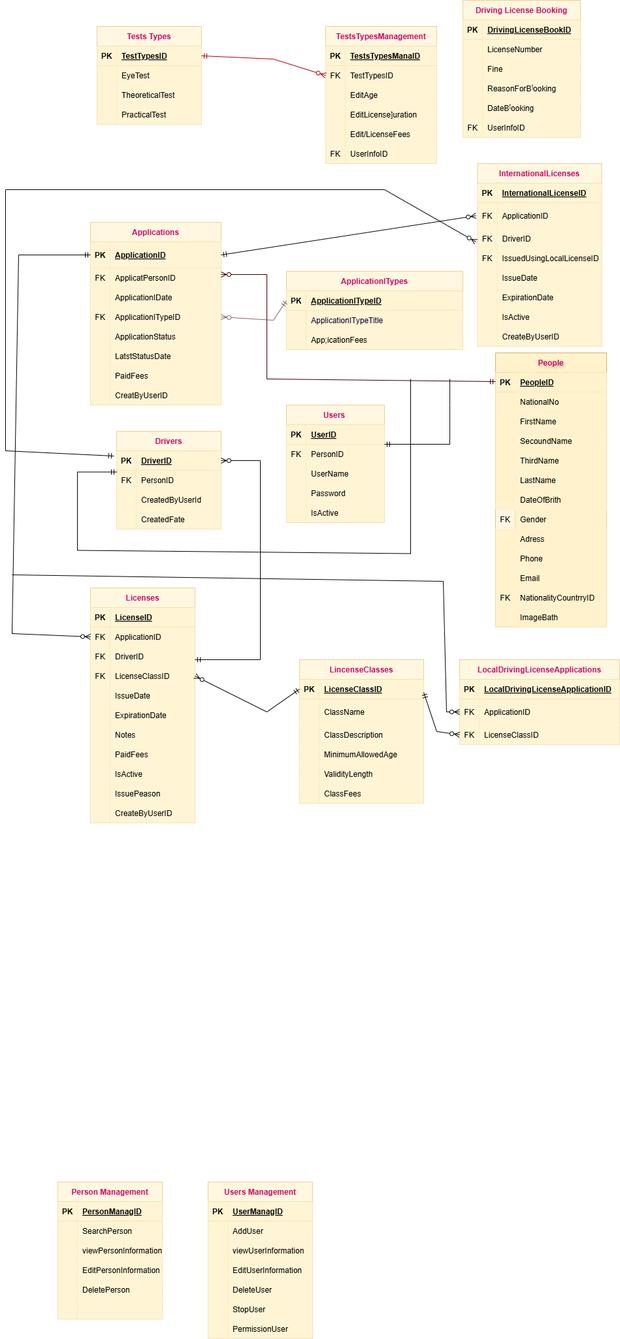
The draw.io diagram Untitled Diagram.drawio.png in azizadiab/Driving-License-Department, before a commit. Source tidied: cells renumbered, new cells last; positions are measured from the earlier drawing's top-left corner, leaving out a move shared by most shapes.
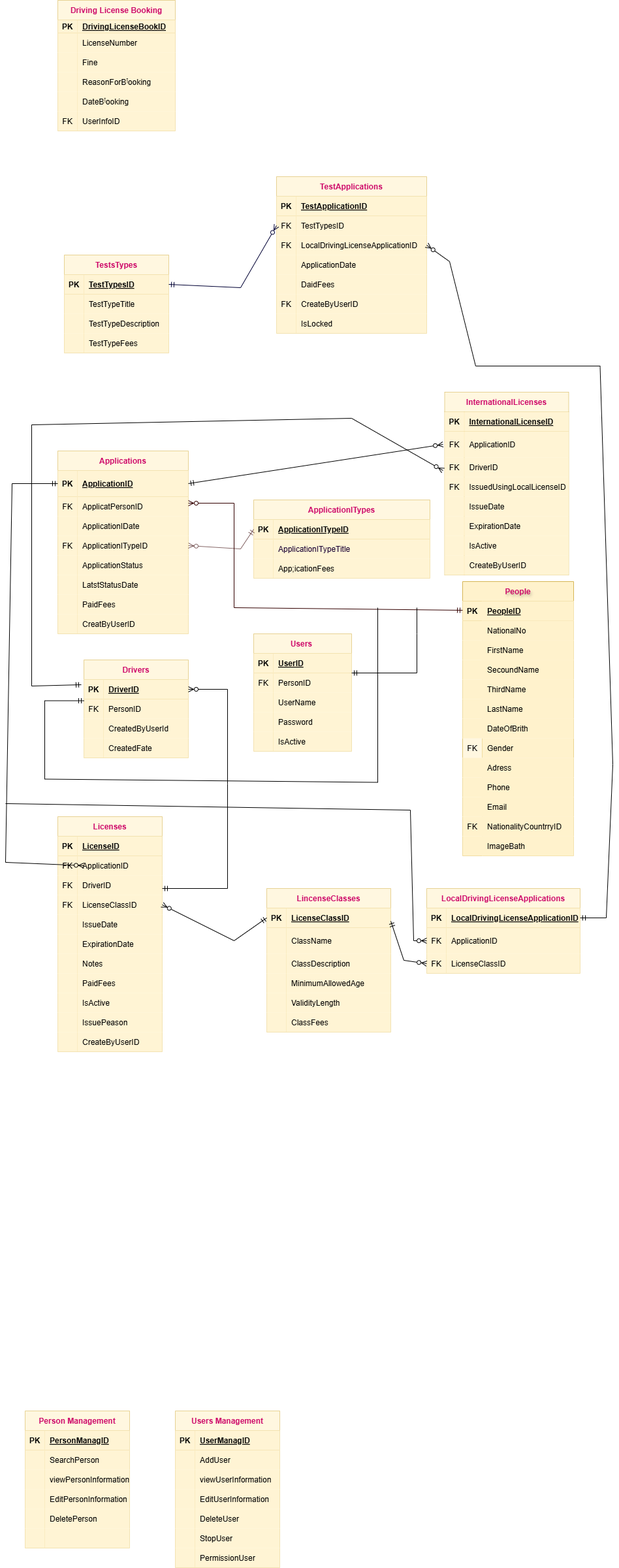
The same file after the commit.

Diff of the diagram source:
```diff
@@ -407,3 +407,3 @@
     </mxCell>
-    <mxCell id="135" value="Tests Types" style="shape=table;startSize=30;rowLines=0;fontStyle=1;align=center;opacity=60;fillColor=#fff2cc;strokeColor=#d6b656;fontColor=#CC0066;" parent="1" vertex="1">
+    <mxCell id="135" value="TestsTypes" style="shape=table;startSize=30;rowLines=0;fontStyle=1;align=center;opacity=60;fillColor=#fff2cc;strokeColor=#d6b656;fontColor=#CC0066;" parent="1" vertex="1">
       <mxGeometry x="140" y="40" width="160" height="150" as="geometry" />
@@ -425,3 +425,3 @@
     </mxCell>
-    <mxCell id="141" value="EyeTest" style="shape=partialRectangle;overflow=hidden;fillColor=#fff2cc;top=0;left=0;bottom=0;right=0;align=left;spacingLeft=6;opacity=60;strokeColor=#d6b656;" parent="139" vertex="1">
+    <mxCell id="141" value="TestTypeTitle" style="shape=partialRectangle;overflow=hidden;fillColor=#fff2cc;top=0;left=0;bottom=0;right=0;align=left;spacingLeft=6;opacity=60;strokeColor=#d6b656;" parent="139" vertex="1">
       <mxGeometry x="30" width="130" height="30" as="geometry" />
@@ -434,3 +434,3 @@
     </mxCell>
-    <mxCell id="144" value="TheoreticalTest" style="shape=partialRectangle;overflow=hidden;fillColor=#fff2cc;top=0;left=0;bottom=0;right=0;align=left;spacingLeft=6;opacity=60;strokeColor=#d6b656;" parent="142" vertex="1">
+    <mxCell id="144" value="TestTypeDescription" style="shape=partialRectangle;overflow=hidden;fillColor=#fff2cc;top=0;left=0;bottom=0;right=0;align=left;spacingLeft=6;opacity=60;strokeColor=#d6b656;" parent="142" vertex="1">
       <mxGeometry x="30" width="130" height="30" as="geometry" />
@@ -443,10 +443,10 @@
     </mxCell>
-    <mxCell id="147" value="PracticalTest" style="shape=partialRectangle;overflow=hidden;fillColor=#fff2cc;top=0;left=0;bottom=0;right=0;align=left;spacingLeft=6;opacity=60;strokeColor=#d6b656;" parent="145" vertex="1">
+    <mxCell id="147" value="TestTypeFees" style="shape=partialRectangle;overflow=hidden;fillColor=#fff2cc;top=0;left=0;bottom=0;right=0;align=left;spacingLeft=6;opacity=60;strokeColor=#d6b656;" parent="145" vertex="1">
       <mxGeometry x="30" width="130" height="30" as="geometry" />
     </mxCell>
-    <mxCell id="148" value="TestsTypesManagement" style="shape=table;startSize=30;rowLines=0;fontStyle=1;align=center;opacity=60;fillColor=#fff2cc;strokeColor=#d6b656;fontColor=#CC0066;" parent="1" vertex="1">
-      <mxGeometry x="490" y="40" width="170" height="210" as="geometry" />
+    <mxCell id="148" value="TestApplications" style="shape=table;startSize=30;rowLines=0;fontStyle=1;align=center;opacity=60;fillColor=#fff2cc;strokeColor=#d6b656;fontColor=#CC0066;" parent="1" vertex="1">
+      <mxGeometry x="465" y="-80" width="230" height="240" as="geometry" />
     </mxCell>
     <mxCell id="149" style="shape=partialRectangle;fillColor=#fff2cc;top=0;left=0;right=0;bottom=1;opacity=60;strokeColor=#d6b656;" parent="148" vertex="1">
-      <mxGeometry y="30" width="170" height="30" as="geometry" />
+      <mxGeometry y="30" width="230" height="30" as="geometry" />
     </mxCell>
@@ -455,7 +455,7 @@
     </mxCell>
-    <mxCell id="151" value="TestsTypesManaID" style="shape=partialRectangle;overflow=hidden;fillColor=#fff2cc;top=0;left=0;bottom=0;right=0;align=left;spacingLeft=6;fontStyle=5;opacity=60;strokeColor=#d6b656;" parent="149" vertex="1">
-      <mxGeometry x="30" width="140" height="30" as="geometry" />
+    <mxCell id="151" value="TestApplicationID" style="shape=partialRectangle;overflow=hidden;fillColor=#fff2cc;top=0;left=0;bottom=0;right=0;align=left;spacingLeft=6;fontStyle=5;opacity=60;strokeColor=#d6b656;" parent="149" vertex="1">
+      <mxGeometry x="30" width="200" height="30" as="geometry" />
     </mxCell>
     <mxCell id="152" style="shape=partialRectangle;fillColor=#fff2cc;points=[[0,0.5],[1,0.5]];portConstraint=eastwest;top=0;left=0;right=0;bottom=0;opacity=60;strokeColor=#d6b656;" parent="148" vertex="1">
-      <mxGeometry y="60" width="170" height="30" as="geometry" />
+      <mxGeometry y="60" width="230" height="30" as="geometry" />
     </mxCell>
@@ -465,15 +465,15 @@
     <mxCell id="154" value="TestTypesID" style="shape=partialRectangle;overflow=hidden;fillColor=#fff2cc;top=0;left=0;bottom=0;right=0;align=left;spacingLeft=6;opacity=60;strokeColor=#d6b656;" parent="152" vertex="1">
-      <mxGeometry x="30" width="140" height="30" as="geometry" />
+      <mxGeometry x="30" width="200" height="30" as="geometry" />
     </mxCell>
     <mxCell id="155" style="shape=partialRectangle;fillColor=#fff2cc;points=[[0,0.5],[1,0.5]];portConstraint=eastwest;top=0;left=0;right=0;bottom=0;opacity=60;strokeColor=#d6b656;" parent="148" vertex="1">
-      <mxGeometry y="90" width="170" height="30" as="geometry" />
+      <mxGeometry y="90" width="230" height="30" as="geometry" />
     </mxCell>
-    <mxCell id="156" style="shape=partialRectangle;overflow=hidden;fillColor=#fff2cc;top=0;left=0;bottom=0;right=0;opacity=60;strokeColor=#d6b656;" parent="155" vertex="1">
+    <mxCell id="156" value="FK" style="shape=partialRectangle;overflow=hidden;fillColor=#fff2cc;top=0;left=0;bottom=0;right=0;opacity=60;strokeColor=#d6b656;" parent="155" vertex="1">
       <mxGeometry width="30" height="30" as="geometry" />
     </mxCell>
-    <mxCell id="157" value="EditAge" style="shape=partialRectangle;overflow=hidden;fillColor=#fff2cc;top=0;left=0;bottom=0;right=0;align=left;spacingLeft=6;opacity=60;strokeColor=#d6b656;" parent="155" vertex="1">
-      <mxGeometry x="30" width="140" height="30" as="geometry" />
+    <mxCell id="157" value="LocalDrivingLicenseApplicationID" style="shape=partialRectangle;overflow=hidden;fillColor=#fff2cc;top=0;left=0;bottom=0;right=0;align=left;spacingLeft=6;opacity=60;strokeColor=#d6b656;" parent="155" vertex="1">
+      <mxGeometry x="30" width="200" height="30" as="geometry" />
     </mxCell>
     <mxCell id="158" style="shape=partialRectangle;fillColor=#fff2cc;top=0;left=0;right=0;bottom=0;opacity=60;strokeColor=#d6b656;" parent="148" vertex="1">
-      <mxGeometry y="120" width="170" height="30" as="geometry" />
+      <mxGeometry y="120" width="230" height="30" as="geometry" />
     </mxCell>
@@ -482,7 +482,7 @@
     </mxCell>
-    <mxCell id="160" value="EditLicense]uration" style="shape=partialRectangle;overflow=hidden;fillColor=#fff2cc;top=0;left=0;bottom=0;right=0;align=left;spacingLeft=6;opacity=60;strokeColor=#d6b656;" parent="158" vertex="1">
-      <mxGeometry x="30" width="140" height="30" as="geometry" />
+    <mxCell id="160" value="ApplicationDate" style="shape=partialRectangle;overflow=hidden;fillColor=#fff2cc;top=0;left=0;bottom=0;right=0;align=left;spacingLeft=6;opacity=60;strokeColor=#d6b656;" parent="158" vertex="1">
+      <mxGeometry x="30" width="200" height="30" as="geometry" />
     </mxCell>
     <mxCell id="161" style="shape=partialRectangle;fillColor=#fff2cc;top=0;left=0;right=0;bottom=0;opacity=60;strokeColor=#d6b656;" parent="148" vertex="1">
-      <mxGeometry y="150" width="170" height="30" as="geometry" />
+      <mxGeometry y="150" width="230" height="30" as="geometry" />
     </mxCell>
@@ -491,7 +491,7 @@
     </mxCell>
-    <mxCell id="163" value="Edit/LicenseFees" style="shape=partialRectangle;overflow=hidden;fillColor=#fff2cc;top=0;left=0;bottom=0;right=0;align=left;spacingLeft=6;opacity=60;strokeColor=#d6b656;" parent="161" vertex="1">
-      <mxGeometry x="30" width="140" height="30" as="geometry" />
+    <mxCell id="163" value="DaidFees" style="shape=partialRectangle;overflow=hidden;fillColor=#fff2cc;top=0;left=0;bottom=0;right=0;align=left;spacingLeft=6;opacity=60;strokeColor=#d6b656;" parent="161" vertex="1">
+      <mxGeometry x="30" width="200" height="30" as="geometry" />
     </mxCell>
     <mxCell id="164" style="shape=partialRectangle;fillColor=#fff2cc;top=0;left=0;right=0;bottom=0;opacity=60;strokeColor=#d6b656;" parent="148" vertex="1">
-      <mxGeometry y="180" width="170" height="30" as="geometry" />
+      <mxGeometry y="180" width="230" height="30" as="geometry" />
     </mxCell>
@@ -500,6 +500,15 @@
     </mxCell>
-    <mxCell id="166" value="UserInfoID" style="shape=partialRectangle;overflow=hidden;fillColor=#fff2cc;top=0;left=0;bottom=0;right=0;align=left;spacingLeft=6;opacity=60;strokeColor=#d6b656;" parent="164" vertex="1">
-      <mxGeometry x="30" width="140" height="30" as="geometry" />
+    <mxCell id="166" value="CreateByUserID" style="shape=partialRectangle;overflow=hidden;fillColor=#fff2cc;top=0;left=0;bottom=0;right=0;align=left;spacingLeft=6;opacity=60;strokeColor=#d6b656;" parent="164" vertex="1">
+      <mxGeometry x="30" width="200" height="30" as="geometry" />
     </mxCell>
+    <mxCell id="298" style="shape=partialRectangle;fillColor=#fff2cc;top=0;left=0;right=0;bottom=0;opacity=60;strokeColor=#d6b656;" parent="148" vertex="1">
+      <mxGeometry y="210" width="230" height="30" as="geometry" />
+    </mxCell>
+    <mxCell id="299" style="shape=partialRectangle;overflow=hidden;fillColor=#fff2cc;top=0;left=0;bottom=0;right=0;opacity=60;strokeColor=#d6b656;" parent="298" vertex="1">
+      <mxGeometry width="30" height="30" as="geometry" />
+    </mxCell>
+    <mxCell id="300" value="IsLocked" style="shape=partialRectangle;overflow=hidden;fillColor=#fff2cc;top=0;left=0;bottom=0;right=0;align=left;spacingLeft=6;opacity=60;strokeColor=#d6b656;" parent="298" vertex="1">
+      <mxGeometry x="30" width="200" height="30" as="geometry" />
+    </mxCell>
-    <mxCell id="167" style="endArrow=ERzeroToMany;html=1;rounded=0;exitX=1;exitY=0.5;exitDx=0;exitDy=0;entryX=0;entryY=0.5;entryDx=0;entryDy=0;fillColor=#e51400;strokeColor=#B20000;startArrow=ERmandOne;startFill=0;endFill=0;arcSize=10;" parent="1" edge="1" source="136" target="152">
+    <mxCell id="167" style="endArrow=ERzeroToMany;html=1;rounded=0;exitX=1;exitY=0.5;exitDx=0;exitDy=0;entryX=0;entryY=0.5;entryDx=0;entryDy=0;fillColor=#e51400;strokeColor=#000033;startArrow=ERmandOne;startFill=0;endFill=0;arcSize=10;" parent="1" edge="1" source="136" target="152">
       <mxGeometry relative="1" as="geometry">
@@ -511,15 +520,15 @@
     <mxCell id="168" value="Driving License Booking" style="shape=table;startSize=30;rowLines=0;fontStyle=1;align=center;opacity=60;fillColor=#fff2cc;strokeColor=#d6b656;fontColor=#CC0066;" parent="1" vertex="1">
-      <mxGeometry x="700" width="180" height="210" as="geometry" />
+      <mxGeometry x="130" y="-350" width="180" height="200" as="geometry" />
     </mxCell>
     <mxCell id="169" style="shape=partialRectangle;fillColor=#fff2cc;top=0;left=0;right=0;bottom=1;opacity=60;strokeColor=#d6b656;" parent="168" vertex="1">
-      <mxGeometry y="30" width="180" height="30" as="geometry" />
+      <mxGeometry y="30" width="180" height="20" as="geometry" />
     </mxCell>
     <mxCell id="170" value="PK" style="shape=partialRectangle;overflow=hidden;fillColor=#fff2cc;top=0;left=0;bottom=0;right=0;fontStyle=1;opacity=60;strokeColor=#d6b656;" parent="169" vertex="1">
-      <mxGeometry width="30" height="30" as="geometry" />
+      <mxGeometry width="30" height="20" as="geometry" />
     </mxCell>
     <mxCell id="171" value="DrivingLicenseBookID" style="shape=partialRectangle;overflow=hidden;fillColor=#fff2cc;top=0;left=0;bottom=0;right=0;align=left;spacingLeft=6;fontStyle=5;opacity=60;strokeColor=#d6b656;" parent="169" vertex="1">
-      <mxGeometry x="30" width="150" height="30" as="geometry" />
+      <mxGeometry x="30" width="150" height="20" as="geometry" />
     </mxCell>
     <mxCell id="172" style="shape=partialRectangle;fillColor=#fff2cc;top=0;left=0;right=0;bottom=0;opacity=60;strokeColor=#d6b656;" parent="168" vertex="1">
-      <mxGeometry y="60" width="180" height="30" as="geometry" />
+      <mxGeometry y="50" width="180" height="30" as="geometry" />
     </mxCell>
@@ -532,3 +541,3 @@
     <mxCell id="175" style="shape=partialRectangle;fillColor=#fff2cc;top=0;left=0;right=0;bottom=0;opacity=60;strokeColor=#d6b656;" parent="168" vertex="1">
-      <mxGeometry y="90" width="180" height="30" as="geometry" />
+      <mxGeometry y="80" width="180" height="30" as="geometry" />
     </mxCell>
@@ -541,3 +550,3 @@
     <mxCell id="178" style="shape=partialRectangle;fillColor=#fff2cc;top=0;left=0;right=0;bottom=0;opacity=60;strokeColor=#d6b656;" parent="168" vertex="1">
-      <mxGeometry y="120" width="180" height="30" as="geometry" />
+      <mxGeometry y="110" width="180" height="30" as="geometry" />
     </mxCell>
@@ -550,3 +559,3 @@
     <mxCell id="181" style="shape=partialRectangle;fillColor=#fff2cc;top=0;left=0;right=0;bottom=0;opacity=60;strokeColor=#d6b656;" parent="168" vertex="1">
-      <mxGeometry y="150" width="180" height="30" as="geometry" />
+      <mxGeometry y="140" width="180" height="30" as="geometry" />
     </mxCell>
@@ -559,3 +568,3 @@
     <mxCell id="184" style="shape=partialRectangle;fillColor=#fff2cc;top=0;left=0;right=0;bottom=0;opacity=60;strokeColor=#d6b656;" parent="168" vertex="1">
-      <mxGeometry y="180" width="180" height="30" as="geometry" />
+      <mxGeometry y="170" width="180" height="30" as="geometry" />
     </mxCell>
@@ -795,8 +804,9 @@
     </mxCell>
-    <mxCell id="256" style="endArrow=ERzeroToMany;html=1;rounded=0;entryX=0;entryY=0.5;entryDx=0;entryDy=0;startArrow=ERmandOne;startFill=0;endFill=0;" parent="1" edge="1" target="226">
+    <mxCell id="256" style="endArrow=ERzeroToMany;html=1;rounded=0;entryX=0;entryY=0.5;entryDx=0;entryDy=0;startArrow=ERmandOne;startFill=0;endFill=0;" parent="1" edge="1">
       <mxGeometry relative="1" as="geometry">
         <mxPoint x="130" y="390" as="sourcePoint" />
+        <mxPoint x="170" y="975" as="targetPoint" />
         <Array as="points">
-          <mxPoint x="20" y="390" />
-          <mxPoint x="10" y="970" />
+          <mxPoint x="60" y="390" />
+          <mxPoint x="50" y="970" />
         </Array>
@@ -822,6 +832,6 @@
     <mxCell id="259" value="LocalDrivingLicenseApplications" style="shape=table;startSize=30;rowLines=0;fontStyle=1;align=center;opacity=60;fillColor=#fff2cc;strokeColor=#d6b656;fontColor=#CC0066;" parent="1" vertex="1">
-      <mxGeometry x="695" y="1010" width="245" height="130" as="geometry" />
+      <mxGeometry x="695" y="1010" width="235" height="130" as="geometry" />
     </mxCell>
     <mxCell id="260" style="shape=partialRectangle;fillColor=#fff2cc;points=[[0,0.5],[1,0.5]];portConstraint=eastwest;top=0;left=0;right=0;bottom=1;opacity=60;strokeColor=#d6b656;" parent="259" vertex="1">
-      <mxGeometry y="30" width="245" height="30" as="geometry" />
+      <mxGeometry y="30" width="235" height="30" as="geometry" />
     </mxCell>
@@ -831,6 +841,6 @@
     <mxCell id="262" value="LocalDrivingLicenseApplicationID" style="shape=partialRectangle;overflow=hidden;fillColor=#fff2cc;top=0;left=0;bottom=0;right=0;align=left;spacingLeft=6;fontStyle=5;opacity=60;strokeColor=#d6b656;" parent="260" vertex="1">
-      <mxGeometry x="30" width="215" height="30" as="geometry" />
+      <mxGeometry x="30" width="205" height="30" as="geometry" />
     </mxCell>
     <mxCell id="263" style="shape=partialRectangle;fillColor=#fff2cc;top=0;left=0;right=0;bottom=0;opacity=60;strokeColor=#d6b656;" parent="259" vertex="1">
-      <mxGeometry y="60" width="245" height="40" as="geometry" />
+      <mxGeometry y="60" width="235" height="40" as="geometry" />
     </mxCell>
@@ -840,6 +850,6 @@
     <mxCell id="265" value="ApplicationID" style="shape=partialRectangle;overflow=hidden;fillColor=#fff2cc;top=0;left=0;bottom=0;right=0;align=left;spacingLeft=6;opacity=60;strokeColor=#d6b656;" parent="263" vertex="1">
-      <mxGeometry x="30" width="215" height="40" as="geometry" />
+      <mxGeometry x="30" width="205" height="40" as="geometry" />
     </mxCell>
     <mxCell id="266" style="shape=partialRectangle;fillColor=#fff2cc;points=[[0,0.5],[1,0.5]];portConstraint=eastwest;top=0;left=0;right=0;bottom=0;opacity=60;strokeColor=#d6b656;" parent="259" vertex="1">
-      <mxGeometry y="100" width="245" height="30" as="geometry" />
+      <mxGeometry y="100" width="235" height="30" as="geometry" />
     </mxCell>
@@ -849,3 +859,3 @@
     <mxCell id="268" value="LicenseClassID" style="shape=partialRectangle;overflow=hidden;fillColor=#fff2cc;top=0;left=0;bottom=0;right=0;align=left;spacingLeft=6;opacity=60;strokeColor=#d6b656;" parent="266" vertex="1">
-      <mxGeometry x="30" width="215" height="30" as="geometry" />
+      <mxGeometry x="30" width="205" height="30" as="geometry" />
     </mxCell>
@@ -861,3 +871,3 @@
       <mxGeometry relative="1" as="geometry">
-        <mxPoint x="10" y="880" as="sourcePoint" />
+        <mxPoint x="50" y="880" as="sourcePoint" />
         <mxPoint x="695" y="1090" as="targetPoint" />
@@ -954,4 +964,4 @@
         <Array as="points">
-          <mxPoint y="690" />
-          <mxPoint y="290" />
+          <mxPoint x="90" y="700" />
+          <mxPoint x="90" y="300" />
           <mxPoint x="580" y="290" />
@@ -960,2 +970,13 @@
     </mxCell>
+    <mxCell id="301" style="endArrow=ERmandOne;html=1;rounded=0;startArrow=ERzeroToMany;startFill=0;entryX=1;entryY=0.5;entryDx=0;entryDy=0;endFill=0;exitX=1;exitY=0.5;exitDx=0;exitDy=0;" parent="1" edge="1" source="155" target="260">
+      <mxGeometry relative="1" as="geometry">
+        <Array as="points">
+          <mxPoint x="730" y="50" />
+          <mxPoint x="770" y="210" />
+          <mxPoint x="960.5" y="210" />
+          <mxPoint x="980" y="820" />
+          <mxPoint x="970" y="1055" />
+        </Array>
+      </mxGeometry>
+    </mxCell>
   </root>
```
